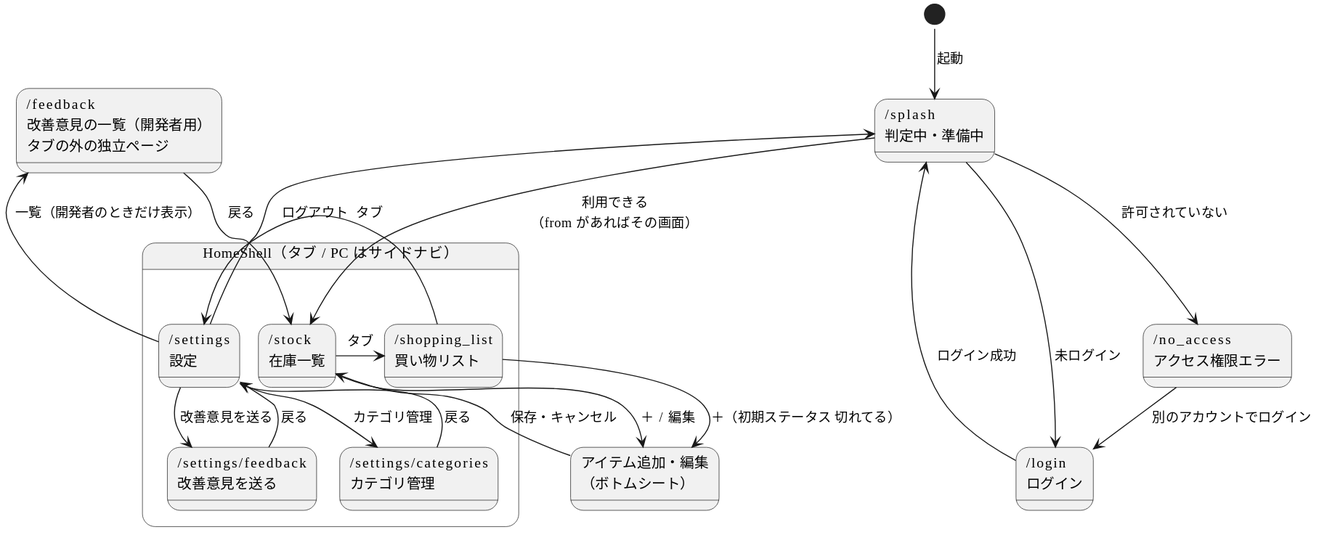
Earlier version of the PlantUML export design/screens/diagrams/screen_flow.svg (LASC-SINCE2015/LivingManager).
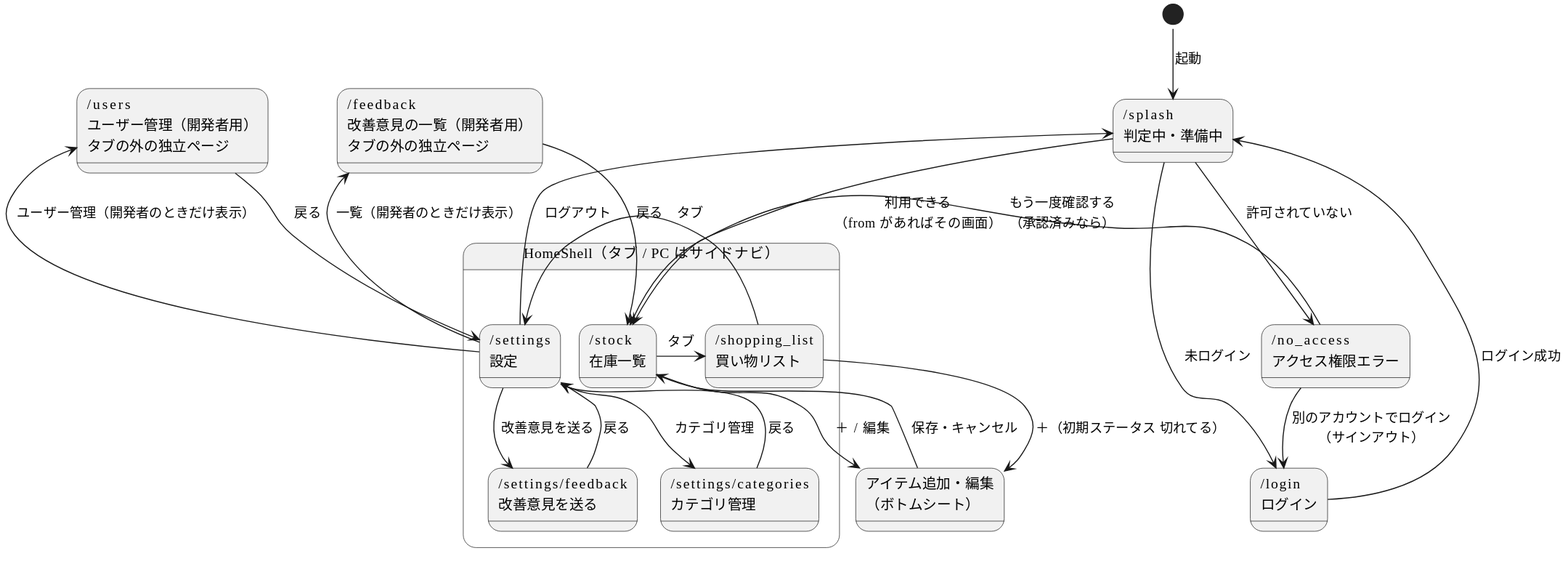
After the commit.

What changed in the source:
```diff
@@ -21,6 +21,7 @@
 }
 
 state "/feedback\n改善意見の一覧（開発者用）\nタブの外の独立ページ" as FeedbackList
+state "/users\nユーザー管理（開発者用）\nタブの外の独立ページ" as Users
 
 state "アイテム追加・編集\n（ボトムシート）" as EditSheet
 
@@ -29,10 +30,13 @@
 Splash --> Stock : 利用できる\n（from があればその画面）
 Splash --> NoAccess : 許可されていない
 Login --> Splash : ログイン成功
-NoAccess --> Login : 別のアカウントでログイン
+NoAccess --> Login : 別のアカウントでログイン\n（サインアウト）
+NoAccess --> Stock : もう一度確認する\n（承認済みなら）
 Settings --> Splash : ログアウト
 Settings --> FeedbackList : 一覧（開発者のときだけ表示）
 FeedbackList --> Stock : 戻る
+Settings --> Users : ユーザー管理（開発者のときだけ表示）
+Users --> Settings : 戻る
 
 Stock --> EditSheet : ＋ / 編集
 Shopping --> EditSheet : ＋（初期ステータス 切れてる）
```
